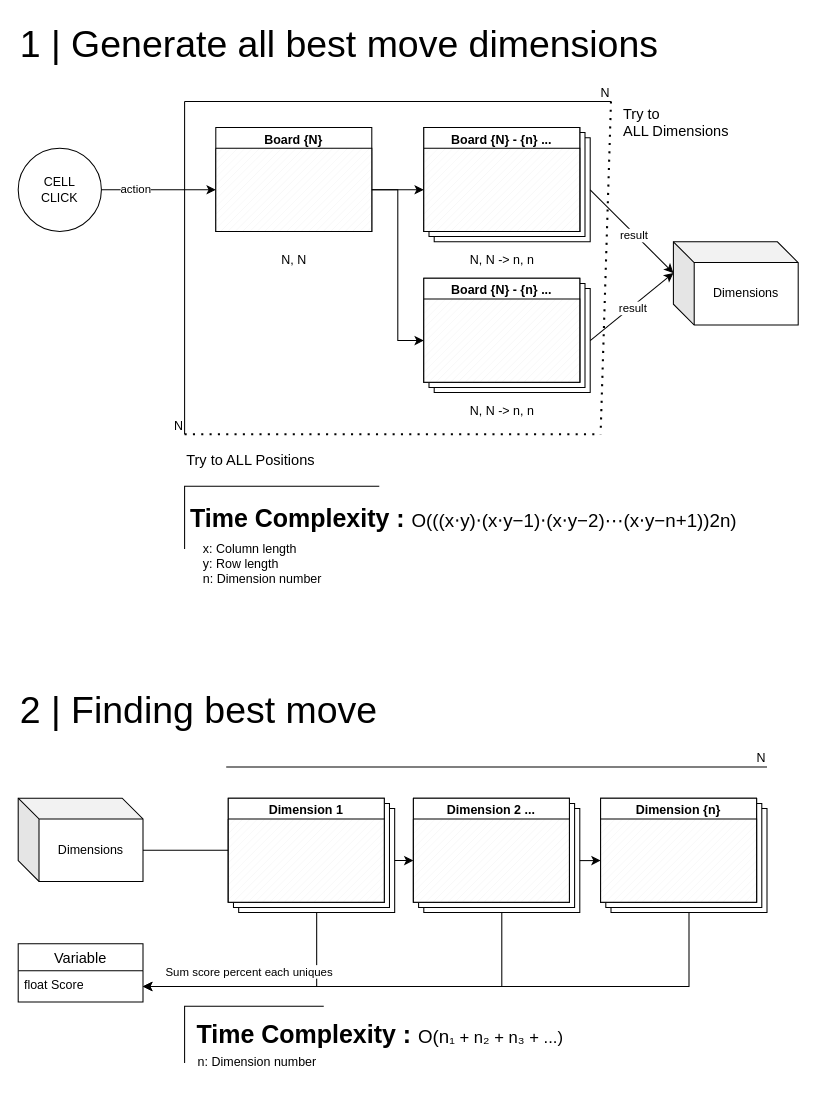
Above: readme/tictactoe_model_multidimension.drawio in taxi-tabby/tictactoe-ai-game (draw.io), before the change. Source tidied: cells renumbered, new cells numbered last; positions are measured from the earlier drawing's top-left corner, leaving out a move shared by most shapes. Both pictures are drawn from the tidied source at 104%, with x=0, y=0 at pixel (18, 18).
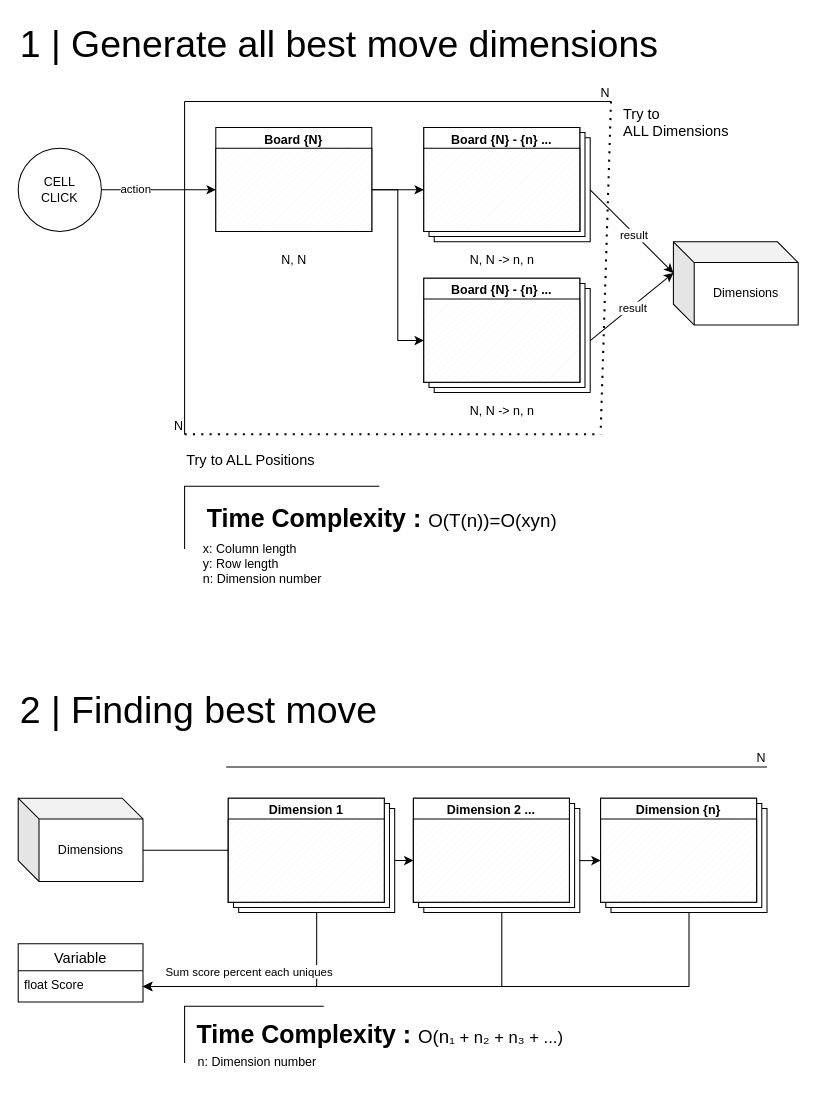
The same page after the edit.

Commit message (it also covers changes not shown here):
Remove outdated tictactoe_model_multidimension diagram and update references in README

Unchanged cells that the change refers to:
```xml
<mxCell id="49" style="group;" parent="1" vertex="1">
  <mxGeometry x="160" y="450" width="560" height="100" as="geometry" />
</mxCell>
```

Change to the diagram source:
```diff
@@
-    <mxCell id="50" value="&lt;h1 style=&quot;margin-top: 0px;&quot;&gt;&lt;font face=&quot;Arial, sans-serif&quot;&gt;Time Complexity :&amp;nbsp;&lt;/font&gt;&lt;font style=&quot;font-size: 18px;&quot;&gt;&lt;span style=&quot;background-color: transparent; color: light-dark(rgb(0, 0, 0), rgb(255, 255, 255)); font-weight: normal;&quot; class=&quot;mord mathnormal&quot;&gt;O&lt;/span&gt;&lt;span style=&quot;background-color: transparent; color: light-dark(rgb(0, 0, 0), rgb(255, 255, 255)); font-weight: normal;&quot; class=&quot;mspace&quot;&gt;&lt;/span&gt;&lt;span style=&quot;background-color: transparent; color: light-dark(rgb(0, 0, 0), rgb(255, 255, 255)); font-weight: normal;&quot; class=&quot;minner&quot;&gt;&lt;span style=&quot;&quot; class=&quot;mopen delimcenter&quot;&gt;&lt;span class=&quot;delimsizing size2&quot;&gt;(&lt;/span&gt;&lt;/span&gt;&lt;span style=&quot;&quot; class=&quot;minner&quot;&gt;&lt;span class=&quot;minner&quot;&gt;&lt;span class=&quot;mopen delimcenter&quot;&gt;(&lt;/span&gt;&lt;span class=&quot;mopen&quot;&gt;(&lt;/span&gt;&lt;span class=&quot;mord mathnormal&quot;&gt;x&lt;/span&gt;&lt;span class=&quot;mspace&quot;&gt;&lt;/span&gt;&lt;span class=&quot;mbin&quot;&gt;⋅&lt;/span&gt;&lt;span class=&quot;mspace&quot;&gt;&lt;/span&gt;&lt;span class=&quot;mord mathnormal&quot;&gt;y&lt;/span&gt;&lt;span class=&quot;mclose&quot;&gt;)&lt;/span&gt;&lt;span class=&quot;mspace&quot;&gt;&lt;/span&gt;&lt;span class=&quot;mbin&quot;&gt;⋅&lt;/span&gt;&lt;span class=&quot;mspace&quot;&gt;&lt;/span&gt;&lt;span class=&quot;mopen&quot;&gt;(&lt;/span&gt;&lt;span class=&quot;mord mathnormal&quot;&gt;x&lt;/span&gt;&lt;span class=&quot;mspace&quot;&gt;&lt;/span&gt;&lt;span class=&quot;mbin&quot;&gt;⋅&lt;/span&gt;&lt;span class=&quot;mspace&quot;&gt;&lt;/span&gt;&lt;span class=&quot;mord mathnormal&quot;&gt;y&lt;/span&gt;&lt;span class=&quot;mspace&quot;&gt;&lt;/span&gt;&lt;span class=&quot;mbin&quot;&gt;−&lt;/span&gt;&lt;span class=&quot;mspace&quot;&gt;&lt;/span&gt;&lt;span class=&quot;mord&quot;&gt;1&lt;/span&gt;&lt;span class=&quot;mclose&quot;&gt;)&lt;/span&gt;&lt;span class=&quot;mspace&quot;&gt;&lt;/span&gt;&lt;span class=&quot;mbin&quot;&gt;⋅&lt;/span&gt;&lt;span class=&quot;mspace&quot;&gt;&lt;/span&gt;&lt;span class=&quot;mopen&quot;&gt;(&lt;/span&gt;&lt;span class=&quot;mord mathnormal&quot;&gt;x&lt;/span&gt;&lt;span class=&quot;mspace&quot;&gt;&lt;/span&gt;&lt;span class=&quot;mbin&quot;&gt;⋅&lt;/span&gt;&lt;span class=&quot;mspace&quot;&gt;&lt;/span&gt;&lt;span class=&quot;mord mathnormal&quot;&gt;y&lt;/span&gt;&lt;span class=&quot;mspace&quot;&gt;&lt;/span&gt;&lt;span class=&quot;mbin&quot;&gt;−&lt;/span&gt;&lt;span class=&quot;mspace&quot;&gt;&lt;/span&gt;&lt;span class=&quot;mord&quot;&gt;2&lt;/span&gt;&lt;span class=&quot;mclose&quot;&gt;)&lt;/span&gt;&lt;span class=&quot;mspace&quot;&gt;&lt;/span&gt;&lt;span class=&quot;minner&quot;&gt;⋯&lt;/span&gt;&lt;span class=&quot;mspace&quot;&gt;&lt;/span&gt;&lt;span class=&quot;mopen&quot;&gt;(&lt;/span&gt;&lt;span class=&quot;mord mathnormal&quot;&gt;x&lt;/span&gt;&lt;span class=&quot;mspace&quot;&gt;&lt;/span&gt;&lt;span class=&quot;mbin&quot;&gt;⋅&lt;/span&gt;&lt;span class=&quot;mspace&quot;&gt;&lt;/span&gt;&lt;span class=&quot;mord mathnormal&quot;&gt;y&lt;/span&gt;&lt;span class=&quot;mspace&quot;&gt;&lt;/span&gt;&lt;span class=&quot;mbin&quot;&gt;−&lt;/span&gt;&lt;span class=&quot;mspace&quot;&gt;&lt;/span&gt;&lt;span class=&quot;mord mathnormal&quot;&gt;n&lt;/span&gt;&lt;span class=&quot;mspace&quot;&gt;&lt;/span&gt;&lt;span class=&quot;mbin&quot;&gt;+&lt;/span&gt;&lt;span class=&quot;mspace&quot;&gt;&lt;/span&gt;&lt;span class=&quot;mord&quot;&gt;1&lt;/span&gt;&lt;span class=&quot;mclose&quot;&gt;)&lt;/span&gt;&lt;span class=&quot;mclose delimcenter&quot;&gt;)&lt;/span&gt;&lt;/span&gt;&lt;span class=&quot;msupsub&quot;&gt;&lt;span class=&quot;vlist-t&quot;&gt;&lt;span class=&quot;vlist-r&quot;&gt;&lt;span class=&quot;vlist&quot;&gt;&lt;span class=&quot;pstrut&quot;&gt;&lt;/span&gt;&lt;span class=&quot;sizing reset-size6 size3 mtight&quot;&gt;&lt;span class=&quot;mord mtight&quot;&gt;&lt;span class=&quot;mord mtight&quot;&gt;&lt;span class=&quot;mord mtight&quot;&gt;2&lt;/span&gt;&lt;span class=&quot;msupsub&quot;&gt;&lt;span class=&quot;vlist-t&quot;&gt;&lt;span class=&quot;vlist-r&quot;&gt;&lt;span class=&quot;vlist&quot;&gt;&lt;span class=&quot;pstrut&quot;&gt;&lt;/span&gt;&lt;span class=&quot;sizing reset-size3 size1 mtight&quot;&gt;&lt;span class=&quot;mord mathnormal mtight&quot;&gt;n&lt;/span&gt;&lt;/span&gt;&lt;/span&gt;&lt;/span&gt;&lt;/span&gt;&lt;/span&gt;&lt;/span&gt;&lt;/span&gt;&lt;/span&gt;&lt;/span&gt;&lt;/span&gt;&lt;/span&gt;&lt;/span&gt;&lt;/span&gt;&lt;span style=&quot;&quot; class=&quot;mclose delimcenter&quot;&gt;&lt;span style=&quot;&quot; class=&quot;delimsizing size2&quot;&gt;)&lt;/span&gt;&lt;/span&gt;&lt;/span&gt;&lt;/font&gt;&lt;/h1&gt;" style="text;html=1;align=center;verticalAlign=middle;whiteSpace=wrap;rounded=0;" parent="49" vertex="1">
-      <mxGeometry width="536.7" height="80" as="geometry" />
+    <mxCell id="50" value="&lt;h1 style=&quot;margin-top: 0px;&quot;&gt;&lt;font face=&quot;Arial, sans-serif&quot;&gt;Time Complexity :&amp;nbsp;&lt;/font&gt;&lt;span style=&quot;background-color: transparent; color: light-dark(rgb(0, 0, 0), rgb(255, 255, 255)); font-weight: normal;&quot;&gt;&lt;font style=&quot;font-size: 18px;&quot;&gt;O(T(n))=O(xyn)&lt;/font&gt;&lt;/span&gt;&lt;font face=&quot;Arial, sans-serif&quot;&gt;&lt;br&gt;&lt;/font&gt;&lt;/h1&gt;" style="text;html=1;align=center;verticalAlign=middle;whiteSpace=wrap;rounded=0;" parent="49" vertex="1">
+      <mxGeometry width="380" height="80" as="geometry" />
     </mxCell>
```
